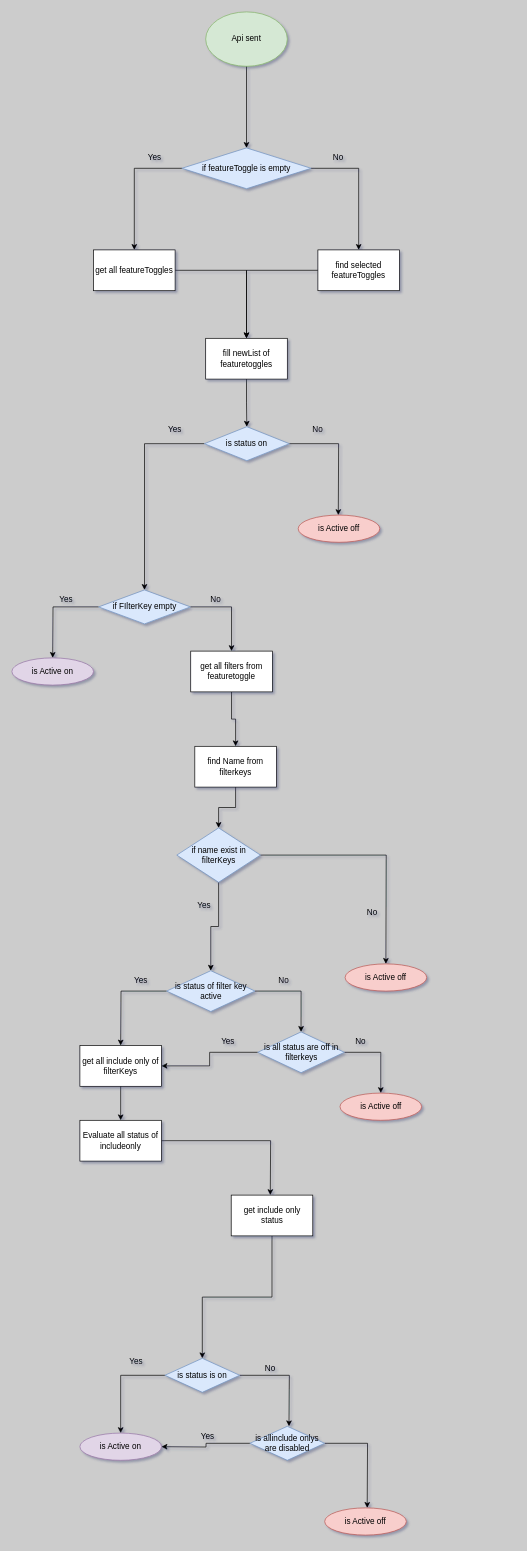
Before: Untitled Diagram.drawio in c4m3lion/MyFlowCharts, a draw.io diagram. Source tidied: cells renumbered, new cells numbered last; positions are measured from the earlier drawing's top-left corner, leaving out a move shared by most shapes. Both pictures are drawn from the tidied source at 68%, with x=0, y=0 at pixel (12, 12).
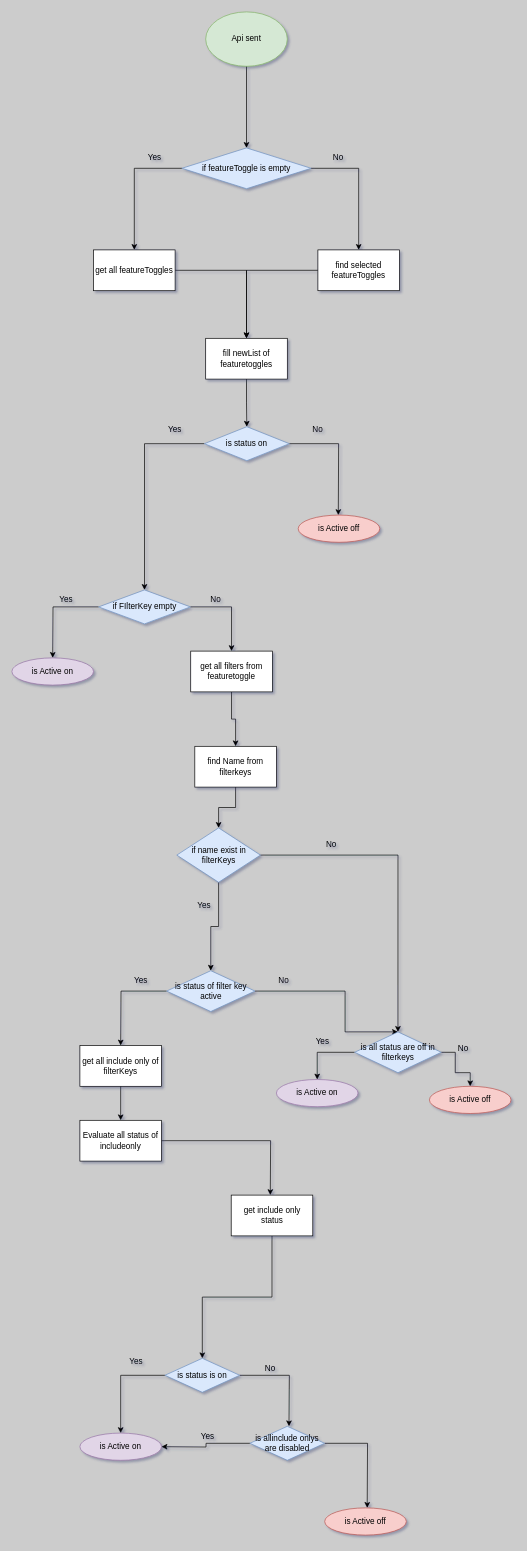
Above is the later version.

The change refers to these unchanged cells:
```xml
<mxCell id="31" value="if name exist in filterKeys" style="rhombus;whiteSpace=wrap;html=1;fillColor=#dae8fc;strokeColor=#6c8ebf;" parent="1" vertex="1">
  <mxGeometry x="242.5" y="1200" width="123" height="80" as="geometry" />
</mxCell>
<mxCell id="35" value="is status of filter key active" style="rhombus;whiteSpace=wrap;html=1;fillColor=#dae8fc;strokeColor=#6c8ebf;" parent="1" vertex="1">
  <mxGeometry x="227.5" y="1410" width="130" height="60" as="geometry" />
</mxCell>
<mxCell id="40" value="get all include only of filterKeys" style="rounded=0;whiteSpace=wrap;html=1;" parent="1" vertex="1">
  <mxGeometry x="100" y="1520" width="120" height="60" as="geometry" />
</mxCell>
```

Diff of the diagram source:
```diff
@@
-    <mxCell id="30" style="edgeStyle=orthogonalEdgeStyle;rounded=0;jettySize=auto;html=1;" parent="1" edge="1" source="31">
-      <mxGeometry relative="1" as="geometry">
-        <mxPoint x="550" y="1400" as="targetPoint" />
-      </mxGeometry>
+    <mxCell id="30" style="edgeStyle=orthogonalEdgeStyle;rounded=0;jettySize=auto;html=1;entryX=0.5;entryY=0;entryDx=0;entryDy=0;" parent="1" edge="1" source="31" target="52">
+      <mxGeometry relative="1" as="geometry" />
     </mxCell>
@@
     <mxCell id="33" style="edgeStyle=orthogonalEdgeStyle;rounded=0;jettySize=auto;html=1;entryX=0.5;entryY=0;entryDx=0;entryDy=0;" parent="1" edge="1" source="35" target="52">
-      <mxGeometry relative="1" as="geometry" />
+      <mxGeometry relative="1" as="geometry">
+        <Array as="points">
+          <mxPoint x="490" y="1440" />
+          <mxPoint x="490" y="1500" />
+        </Array>
+      </mxGeometry>
     </mxCell>
@@
     <mxCell id="38" value="No" style="text;html=1;strokeColor=none;fillColor=none;align=center;verticalAlign=middle;whiteSpace=wrap;rounded=0;" parent="1" vertex="1">
-      <mxGeometry x="500" y="1310" width="60" height="30" as="geometry" />
+      <mxGeometry x="440" y="1210" width="60" height="30" as="geometry" />
     </mxCell>
@@
-    <mxCell id="50" style="edgeStyle=orthogonalEdgeStyle;rounded=0;jettySize=auto;html=1;" parent="1" edge="1" source="52" target="40">
-      <mxGeometry relative="1" as="geometry" />
-    </mxCell>
-    <mxCell id="51" style="edgeStyle=orthogonalEdgeStyle;rounded=0;jettySize=auto;html=1;entryX=0.5;entryY=0;entryDx=0;entryDy=0;" parent="1" edge="1" source="52" target="63">
-      <mxGeometry relative="1" as="geometry">
-        <Array as="points">
-          <mxPoint x="542.5" y="1530" />
-        </Array>
-      </mxGeometry>
-    </mxCell>
-    <mxCell id="52" value="is all status are off in filterkeys" style="rhombus;whiteSpace=wrap;html=1;fillColor=#dae8fc;strokeColor=#6c8ebf;" parent="1" vertex="1">
-      <mxGeometry x="361.5" y="1500" width="127.5" height="60" as="geometry" />
-    </mxCell>
-    <mxCell id="53" value="Yes" style="text;html=1;strokeColor=none;fillColor=none;align=center;verticalAlign=middle;whiteSpace=wrap;rounded=0;" parent="1" vertex="1">
-      <mxGeometry x="288" y="1500" width="60" height="30" as="geometry" />
-    </mxCell>
@@
-    <mxCell id="55" value="is Active off" style="ellipse;whiteSpace=wrap;html=1;fillColor=#f8cecc;strokeColor=#b85450;" parent="1" vertex="1">
-      <mxGeometry x="490" y="1400" width="120" height="40" as="geometry" />
-    </mxCell>
@@
-    <mxCell id="63" value="is Active off" style="ellipse;whiteSpace=wrap;html=1;fillColor=#f8cecc;strokeColor=#b85450;" parent="1" vertex="1">
-      <mxGeometry x="482.5" y="1590" width="120" height="40" as="geometry" />
-    </mxCell>
+    <mxCell id="65" style="edgeStyle=orthogonalEdgeStyle;rounded=0;jettySize=auto;html=1;" parent="1" edge="1" source="52" target="67">
+      <mxGeometry relative="1" as="geometry">
+        <Array as="points">
+          <mxPoint x="652" y="1530" />
+          <mxPoint x="652" y="1560" />
+          <mxPoint x="674" y="1560" />
+        </Array>
+      </mxGeometry>
+    </mxCell>
+    <mxCell id="66" style="edgeStyle=orthogonalEdgeStyle;rounded=0;jettySize=auto;html=1;entryX=0.5;entryY=0;entryDx=0;entryDy=0;" parent="1" edge="1" source="52" target="68">
+      <mxGeometry relative="1" as="geometry">
+        <Array as="points">
+          <mxPoint x="449" y="1530" />
+        </Array>
+      </mxGeometry>
+    </mxCell>
+    <mxCell id="52" value="is all status are off in filterkeys" style="rhombus;whiteSpace=wrap;html=1;fillColor=#dae8fc;strokeColor=#6c8ebf;" parent="1" vertex="1">
+      <mxGeometry x="504" y="1500" width="127.5" height="60" as="geometry" />
+    </mxCell>
+    <mxCell id="67" value="is Active off" style="ellipse;whiteSpace=wrap;html=1;fillColor=#f8cecc;strokeColor=#b85450;" parent="1" vertex="1">
+      <mxGeometry x="614" y="1580" width="120" height="40" as="geometry" />
+    </mxCell>
     <mxCell id="64" value="No" style="text;html=1;strokeColor=none;fillColor=none;align=center;verticalAlign=middle;whiteSpace=wrap;rounded=0;" parent="1" vertex="1">
-      <mxGeometry x="482.5" y="1500" width="60" height="30" as="geometry" />
+      <mxGeometry x="634" y="1510" width="60" height="30" as="geometry" />
     </mxCell>
+    <mxCell id="68" value="is Active on" style="ellipse;whiteSpace=wrap;html=1;fillColor=#e1d5e7;strokeColor=#9673a6;" parent="1" vertex="1">
+      <mxGeometry x="389" y="1570" width="120" height="40" as="geometry" />
+    </mxCell>
+    <mxCell id="53" value="Yes" style="text;html=1;strokeColor=none;fillColor=none;align=center;verticalAlign=middle;whiteSpace=wrap;rounded=0;" parent="1" vertex="1">
+      <mxGeometry x="426.5" y="1500" width="60" height="30" as="geometry" />
+    </mxCell>
```
